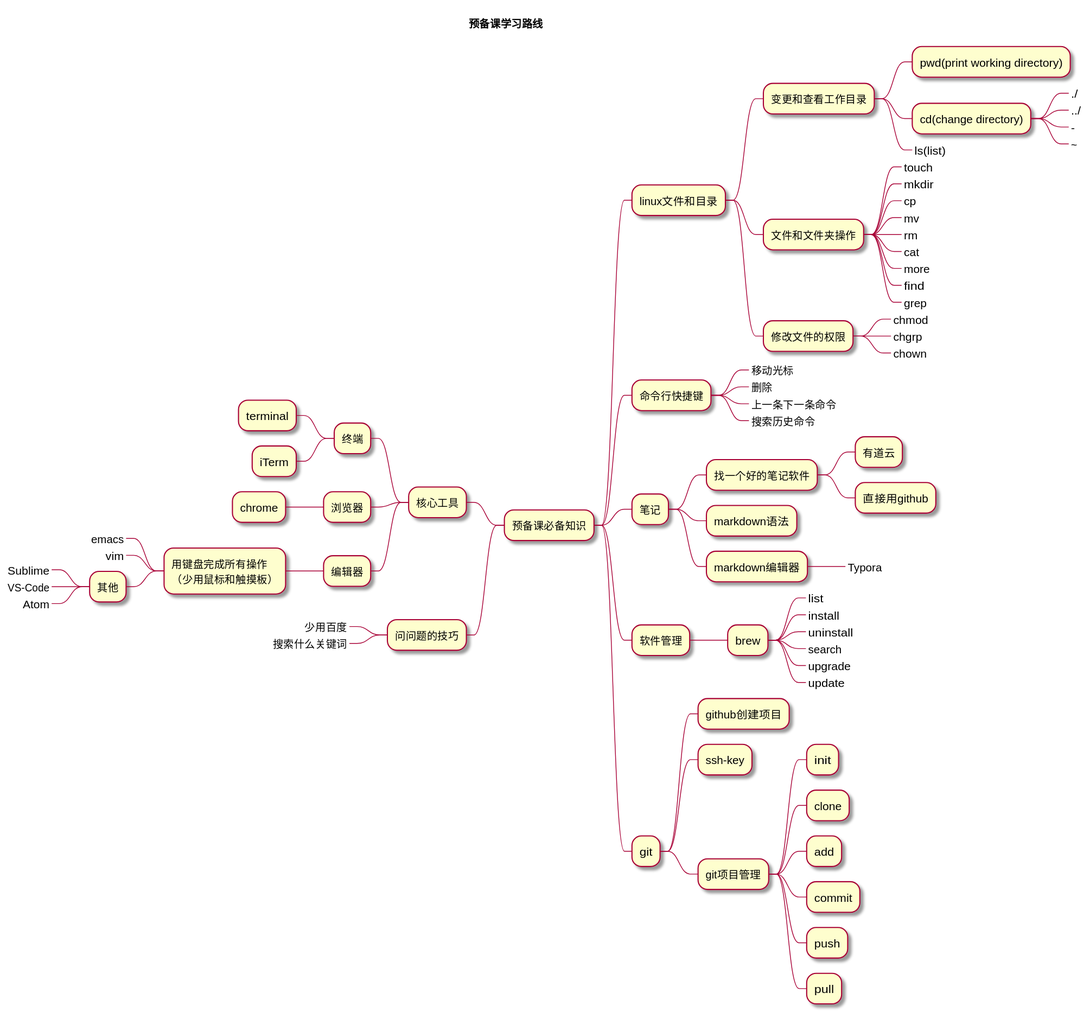
Above: img/mind-map.svg in linc5403/preparatory-course (PlantUML), before the change.
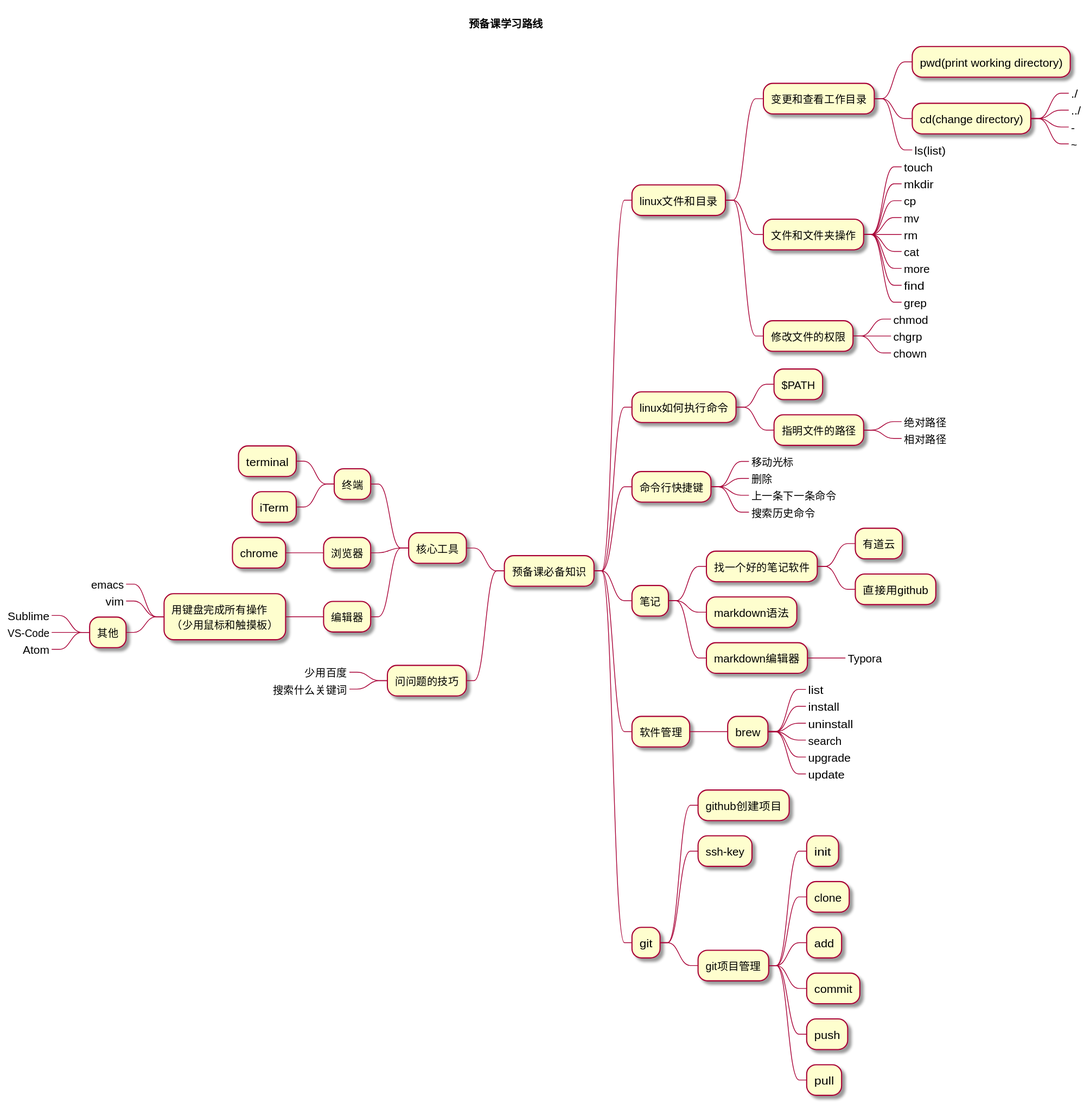
Above is the later version.

The edit, as a diff of the source:
```diff
@@ -24,6 +24,11 @@
 ****_ chmod
 ****_ chgrp
 ****_ chown
+** linux如何执行命令
+*** $PATH
+*** 指明文件的路径
+****_ 绝对路径
+****_ 相对路径
 ** 命令行快捷键
 ***_ 移动光标
 ***_ 删除
```
